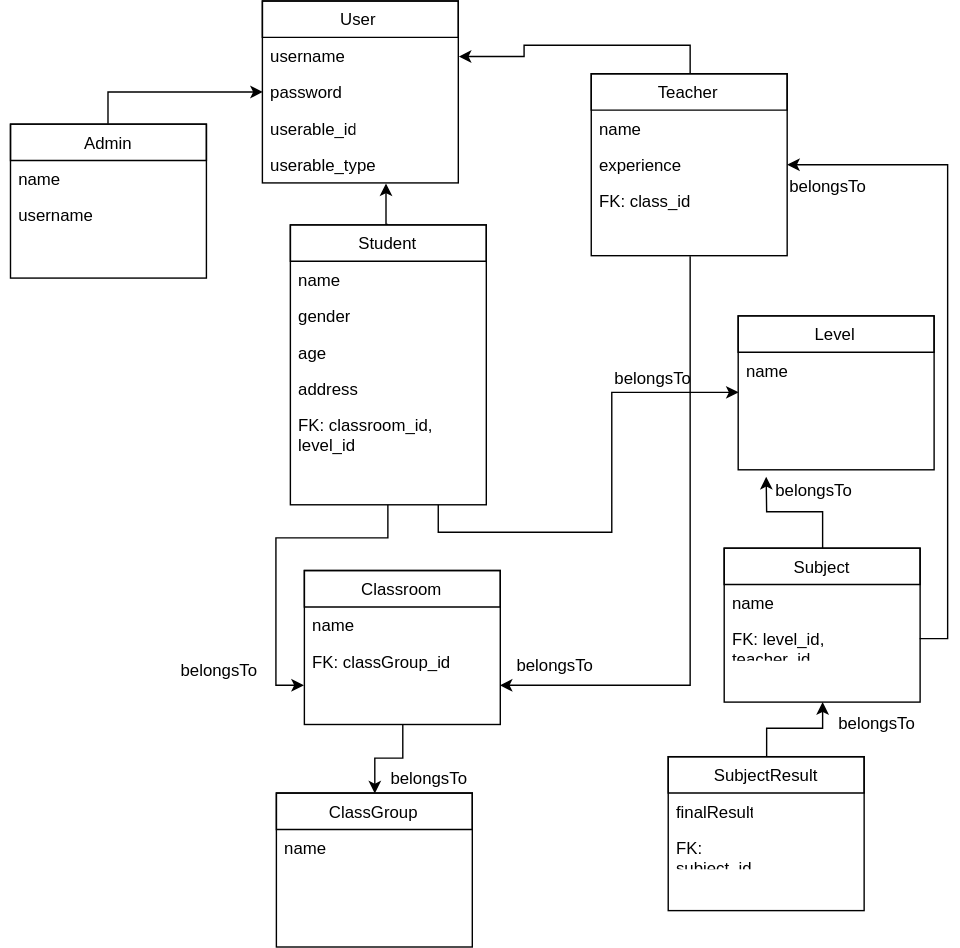
The draw.io diagram BASIC LARAVEL 5.4 CMS/Student Management.svg in OthmaneBlial/Basic_Laravel5.4_CMS, before a commit. Source tidied: cells renumbered, new cells last; positions are measured from the earlier drawing's top-left corner, leaving out a move shared by most shapes.
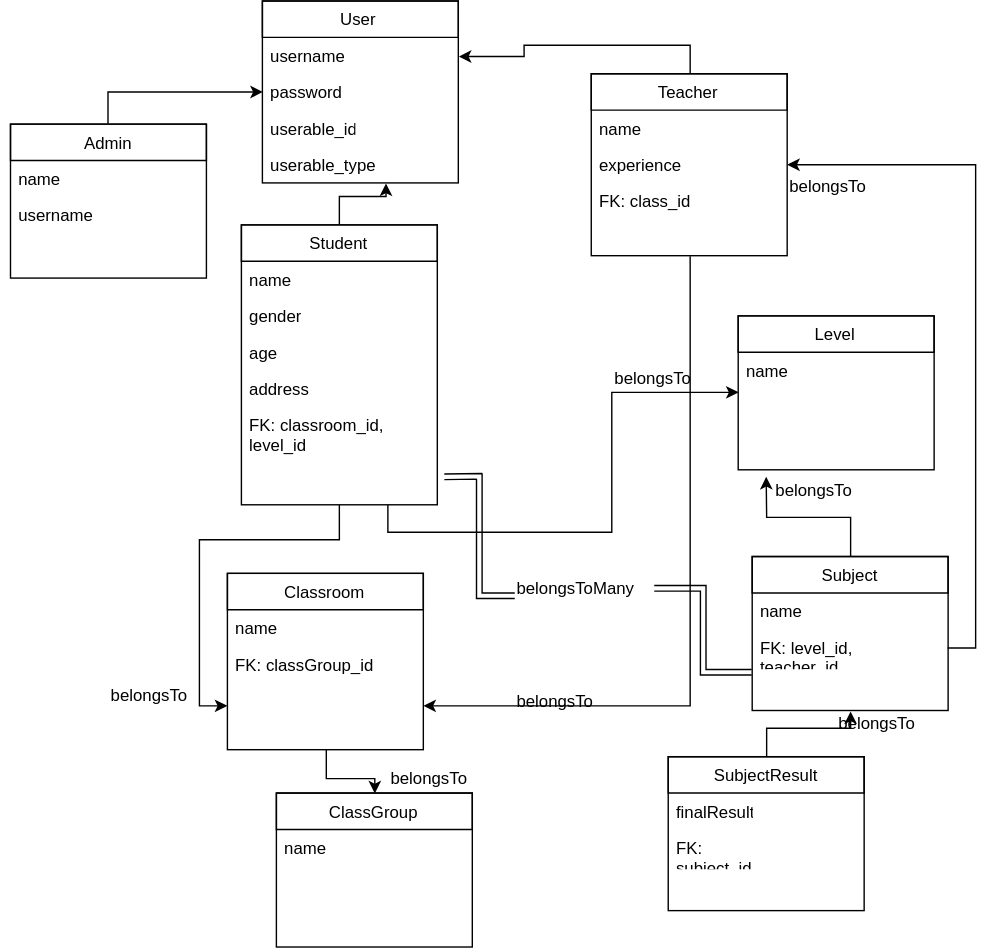
The same diagram one commit later.

Change to the diagram source:
```diff
@@ -36,10 +36,16 @@
       <mxGeometry relative="1" as="geometry" />
     </mxCell>
     <mxCell id="13" style="edgeStyle=orthogonalEdgeStyle;rounded=0;html=1;exitX=0.75;exitY=1;entryX=0;entryY=0.5;jettySize=auto;" parent="1" edge="1" source="14" target="32">
-      <mxGeometry relative="1" as="geometry" />
+      <mxGeometry relative="1" as="geometry">
+        <Array as="points">
+          <mxPoint x="270" y="380" />
+          <mxPoint x="430" y="380" />
+          <mxPoint x="430" y="280" />
+        </Array>
+      </mxGeometry>
     </mxCell>
     <mxCell id="14" value="Student" style="swimlane;html=1;fontStyle=0;horizontal=1;startSize=26;fillColor=none;swimlaneFillColor=#ffffff;" parent="1" vertex="1">
-      <mxGeometry x="200" y="160" width="140" height="200" as="geometry" />
+      <mxGeometry x="165" y="160" width="140" height="200" as="geometry" />
     </mxCell>
     <mxCell id="15" value="name" style="text;html=1;strokeColor=none;fillColor=none;align=left;verticalAlign=top;spacingLeft=4;spacingRight=4;whiteSpace=wrap;overflow=hidden;" parent="14" vertex="1">
       <mxGeometry y="26" width="140" height="26" as="geometry" />
@@ -78,7 +84,7 @@
       <mxGeometry relative="1" as="geometry" />
     </mxCell>
     <mxCell id="27" value="Classroom" style="swimlane;html=1;fontStyle=0;horizontal=1;startSize=26;fillColor=none;swimlaneFillColor=#ffffff;" parent="1" vertex="1">
-      <mxGeometry x="210" y="407" width="140" height="110" as="geometry" />
+      <mxGeometry x="155" y="409" width="140" height="126" as="geometry" />
     </mxCell>
     <mxCell id="28" value="name" style="text;html=1;strokeColor=none;fillColor=none;align=left;verticalAlign=top;spacingLeft=4;spacingRight=4;whiteSpace=wrap;overflow=hidden;" parent="27" vertex="1">
       <mxGeometry y="26" width="140" height="26" as="geometry" />
@@ -104,7 +110,7 @@
       </mxGeometry>
     </mxCell>
     <mxCell id="35" value="Subject" style="swimlane;html=1;fontStyle=0;horizontal=1;startSize=26;fillColor=none;swimlaneFillColor=#ffffff;" parent="1" vertex="1">
-      <mxGeometry x="510" y="391" width="140" height="110" as="geometry" />
+      <mxGeometry x="530" y="397" width="140" height="110" as="geometry" />
     </mxCell>
     <mxCell id="36" value="name" style="text;html=1;strokeColor=none;fillColor=none;align=left;verticalAlign=top;spacingLeft=4;spacingRight=4;whiteSpace=wrap;overflow=hidden;" parent="35" vertex="1">
       <mxGeometry y="26" width="140" height="26" as="geometry" />
@@ -146,10 +152,21 @@
       <mxGeometry x="555" y="123" width="70" height="20" as="geometry" />
     </mxCell>
     <mxCell id="49" value="belongsTo" style="text;html=1;align=left;verticalAlign=top;spacingTop=-4;" parent="1" vertex="1">
-      <mxGeometry x="120" y="469" width="70" height="20" as="geometry" />
+      <mxGeometry x="70" y="487" width="70" height="20" as="geometry" />
     </mxCell>
     <mxCell id="50" value="belongsTo" style="text;html=1;align=left;verticalAlign=top;spacingTop=-4;" parent="1" vertex="1">
-      <mxGeometry x="360" y="465" width="70" height="20" as="geometry" />
+      <mxGeometry x="360" y="491" width="70" height="20" as="geometry" />
     </mxCell>
+    <mxCell id="51" style="edgeStyle=orthogonalEdgeStyle;rounded=0;html=1;entryX=0;entryY=0.75;jettySize=auto;shape=link;" parent="1" edge="1" source="52" target="35">
+      <mxGeometry relative="1" as="geometry" />
+    </mxCell>
+    <mxCell id="52" value="belongsToMany" style="text;html=1;align=left;verticalAlign=top;spacingTop=-4;points=[];" parent="1" vertex="1">
+      <mxGeometry x="360" y="410" width="100" height="20" as="geometry" />
+    </mxCell>
+    <mxCell id="53" style="edgeStyle=orthogonalEdgeStyle;rounded=0;html=1;entryX=0;entryY=0.75;jettySize=auto;shape=link;" parent="1" edge="1" target="52">
+      <mxGeometry relative="1" as="geometry">
+        <mxPoint x="310" y="340" as="sourcePoint" />
+      </mxGeometry>
+    </mxCell>
   </root>
 </mxGraphModel>
```
